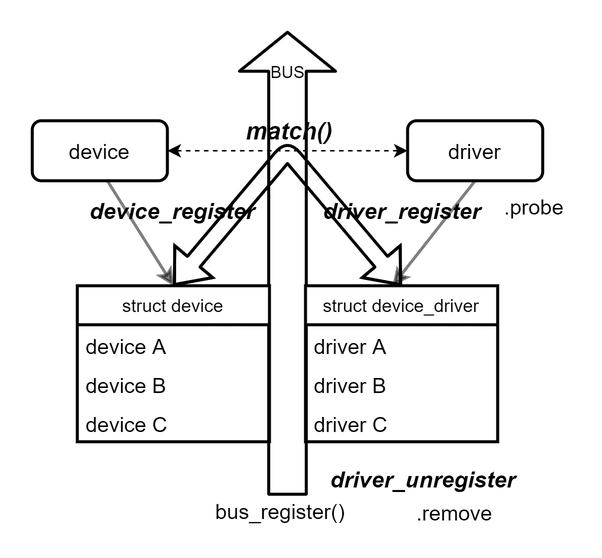
413675377/kernel.org keeps this draw.io diagram as img/device_driver.png. Above is the earlier version. Source tidied: cells renumbered, new cells last; positions are measured from the earlier drawing's top-left corner, leaving out a move shared by most shapes.
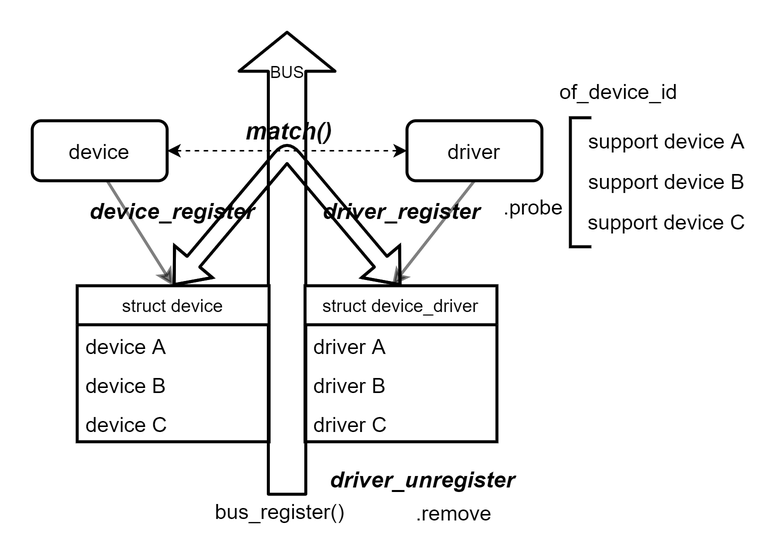
After the commit.

Commit message:
CoachZ sound driver

Diff of the diagram source:
```diff
@@ -84,5 +84,20 @@
     <mxCell id="24" value="driver_unregister" style="text;html=1;align=center;verticalAlign=middle;strokeColor=none;fontStyle=3;fontSize=15;" parent="1" vertex="1">
       <mxGeometry x="193" y="288" width="133" height="22" as="geometry" />
     </mxCell>
+    <mxCell id="25" style="strokeWidth=2;html=1;shape=mxgraph.flowchart.annotation_1;align=left;" parent="1" vertex="1">
+      <mxGeometry x="359" y="58" width="14" height="86" as="geometry" />
+    </mxCell>
+    <mxCell id="26" value="of_device_id" style="text;html=1;align=center;verticalAlign=middle;strokeColor=none;" parent="1" vertex="1">
+      <mxGeometry x="346" y="29" width="89" height="21" as="geometry" />
+    </mxCell>
+    <mxCell id="27" value="support device A" style="text;html=1;align=center;verticalAlign=middle;strokeColor=none;" parent="1" vertex="1">
+      <mxGeometry x="366" y="62" width="113" height="21" as="geometry" />
+    </mxCell>
+    <mxCell id="28" value="support device B" style="text;html=1;align=center;verticalAlign=middle;strokeColor=none;" parent="1" vertex="1">
+      <mxGeometry x="366" y="89" width="114" height="21" as="geometry" />
+    </mxCell>
+    <mxCell id="29" value="support device C" style="text;html=1;align=center;verticalAlign=middle;strokeColor=none;" parent="1" vertex="1">
+      <mxGeometry x="365.5" y="116" width="115" height="21" as="geometry" />
+    </mxCell>
   </root>
 </mxGraphModel>
```
